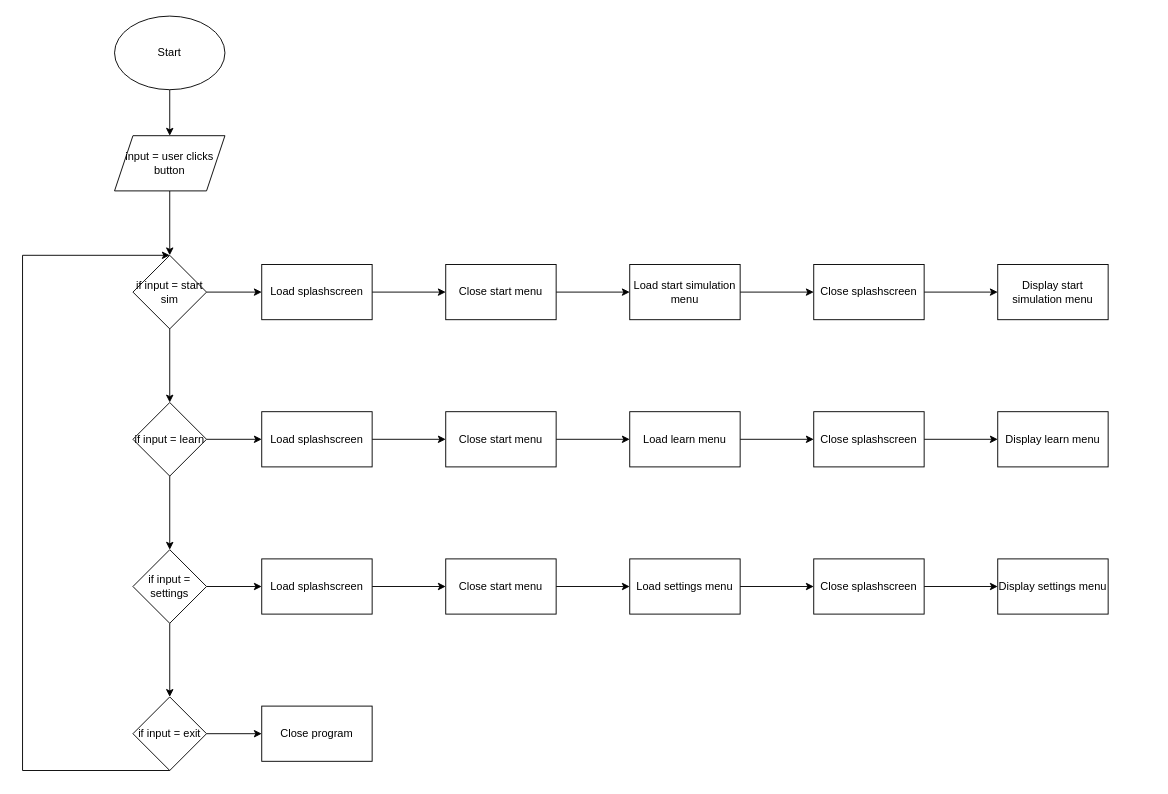
This is Programming project.drawio from NGPY/Planetary-orbit-simulation, a draw.io file, before an edit. Source tidied: cells renumbered, new cells numbered last; positions are measured from the earlier drawing's top-left corner, leaving out a move shared by most shapes. Both pictures are drawn from the tidied source at 92%, with x=0, y=0 at pixel (22, 16).
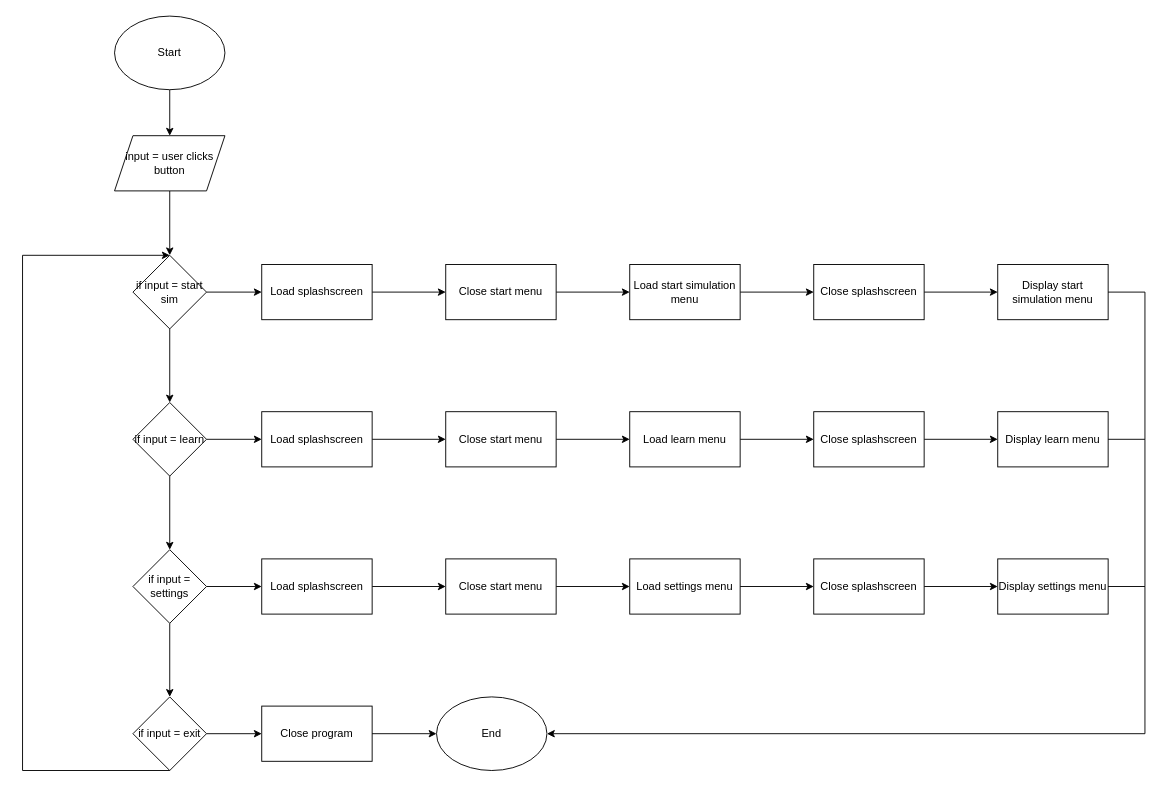
The same page after the edit.

Unchanged cells that the change refers to:
```xml
<mxCell id="17" value="Display start simulation menu" style="whiteSpace=wrap;html=1;" parent="1" vertex="1">
  <mxGeometry x="1060" y="270" width="120" height="60" as="geometry" />
</mxCell>
<mxCell id="29" value="Display learn menu" style="whiteSpace=wrap;html=1;" parent="1" vertex="1">
  <mxGeometry x="1060" y="430" width="120" height="60" as="geometry" />
</mxCell>
<mxCell id="41" value="Display settings menu" style="whiteSpace=wrap;html=1;" parent="1" vertex="1">
  <mxGeometry x="1060" y="590" width="120" height="60" as="geometry" />
</mxCell>
<mxCell id="44" value="Close program" style="whiteSpace=wrap;html=1;" parent="1" vertex="1">
  <mxGeometry x="260" y="750" width="120" height="60" as="geometry" />
</mxCell>
```

Change to the diagram source:
```diff
@@
+    <mxCell id="46" value="End" style="ellipse;whiteSpace=wrap;html=1;" parent="1" vertex="1">
+      <mxGeometry x="450" y="740" width="120" height="80" as="geometry" />
+    </mxCell>
+    <mxCell id="47" style="endArrow=classic;html=1;rounded=0;exitX=1;exitY=0.5;exitDx=0;exitDy=0;entryX=0;entryY=0.5;entryDx=0;entryDy=0;" parent="1" edge="1" source="44" target="46">
+      <mxGeometry relative="1" as="geometry" />
+    </mxCell>
+    <mxCell id="48" style="endArrow=classic;html=1;rounded=0;exitX=1;exitY=0.5;exitDx=0;exitDy=0;entryX=1;entryY=0.5;entryDx=0;entryDy=0;" parent="1" edge="1" source="41" target="46">
+      <mxGeometry relative="1" as="geometry">
+        <Array as="points">
+          <mxPoint x="1220" y="620" />
+          <mxPoint x="1220" y="780" />
+        </Array>
+      </mxGeometry>
+    </mxCell>
+    <mxCell id="49" style="endArrow=none;html=1;rounded=0;exitX=1;exitY=0.5;exitDx=0;exitDy=0;" parent="1" edge="1" source="29">
+      <mxGeometry relative="1" as="geometry">
+        <mxPoint x="1220" y="620" as="targetPoint" />
+        <Array as="points">
+          <mxPoint x="1220" y="460" />
+        </Array>
+      </mxGeometry>
+    </mxCell>
+    <mxCell id="50" style="endArrow=none;html=1;rounded=0;exitX=1;exitY=0.5;exitDx=0;exitDy=0;" parent="1" edge="1" source="17">
+      <mxGeometry relative="1" as="geometry">
+        <mxPoint x="1220" y="460" as="targetPoint" />
+        <Array as="points">
+          <mxPoint x="1220" y="300" />
+        </Array>
+      </mxGeometry>
+    </mxCell>
```
